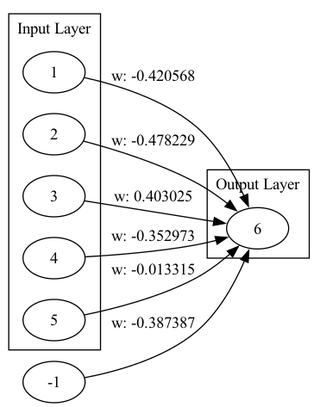
Before: genome_graph.png, a diagram exported from Graphviz (malikAkurtz/TradingSystem). Its source is kept beside it as genome_graph.dot.
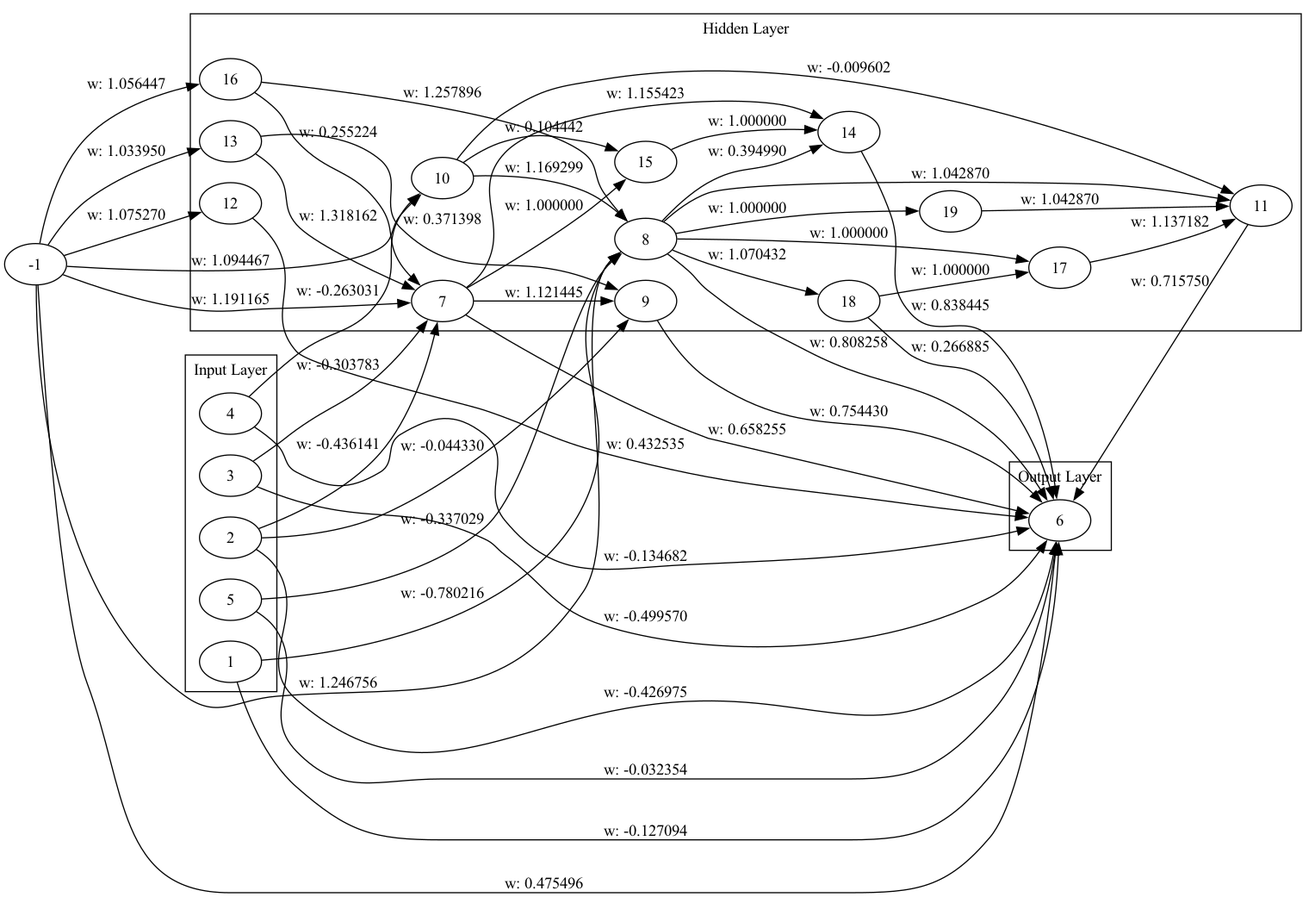
After the change.

Change to the diagram source:
```diff
@@ -10,15 +10,66 @@
   }
   subgraph cluster_1 {
     label="Hidden Layer";
+    7;
+    8;
+    9;
+    10;
+    11;
+    12;
+    13;
+    14;
+    15;
+    16;
+    17;
+    18;
+    19;
   }
   subgraph cluster_2 {
     label="Output Layer";
     6;
   }
-  1 -> 6 [label="w: -0.420568"];
-  2 -> 6 [label="w: -0.478229"];
-  3 -> 6 [label="w: 0.403025"];
-  4 -> 6 [label="w: -0.352973"];
-  5 -> 6 [label="w: -0.013315"];
-  -1 -> 6 [label="w: -0.387387"];
+  1 -> 6 [label="w: -0.127094"];
+  2 -> 6 [label="w: -0.426975"];
+  3 -> 6 [label="w: -0.499570"];
+  4 -> 6 [label="w: -0.134682"];
+  5 -> 6 [label="w: -0.032354"];
+  -1 -> 6 [label="w: 0.475496"];
+  -1 -> 7 [label="w: 1.191165"];
+  7 -> 6 [label="w: 0.658255"];
+  -1 -> 8 [label="w: 1.246756"];
+  8 -> 6 [label="w: 0.808258"];
+  7 -> 9 [label="w: 1.121445"];
+  9 -> 6 [label="w: 0.754430"];
+  2 -> 7 [label="w: -0.436141"];
+  -1 -> 10 [label="w: 1.094467"];
+  10 -> 8 [label="w: 1.169299"];
+  3 -> 7 [label="w: -0.303783"];
+  2 -> 9 [label="w: -0.044330"];
+  8 -> 11 [label="w: 1.042870"];
+  11 -> 6 [label="w: 0.715750"];
+  1 -> 8 [label="w: -0.780216"];
+  -1 -> 12 [label="w: 1.075270"];
+  12 -> 6 [label="w: 0.432535"];
+  4 -> 10 [label="w: -0.263031"];
+  -1 -> 13 [label="w: 1.033950"];
+  13 -> 7 [label="w: 1.318162"];
+  13 -> 9 [label="w: 0.371398"];
+  7 -> 14 [label="w: 1.155423"];
+  14 -> 6 [label="w: 0.838445"];
+  5 -> 8 [label="w: -0.337029"];
+  10 -> 11 [label="w: -0.009602"];
+  7 -> 15 [label="w: 1.000000"];
+  15 -> 14 [label="w: 1.000000"];
+  10 -> 15 [label="w: 0.104442"];
+  -1 -> 16 [label="w: 1.056447"];
+  16 -> 8 [label="w: 1.257896"];
+  8 -> 17 [label="w: 1.000000"];
+  17 -> 11 [label="w: 1.137182"];
+  8 -> 18 [label="w: 1.070432"];
+  18 -> 17 [label="w: 1.000000"];
+  16 -> 7 [label="w: 0.255224"];
+  18 -> 6 [label="w: 0.266885"];
+  8 -> 19 [label="w: 1.000000"];
+  19 -> 11 [label="w: 1.042870"];
+  8 -> 14 [label="w: 0.394990"];
 }
```
